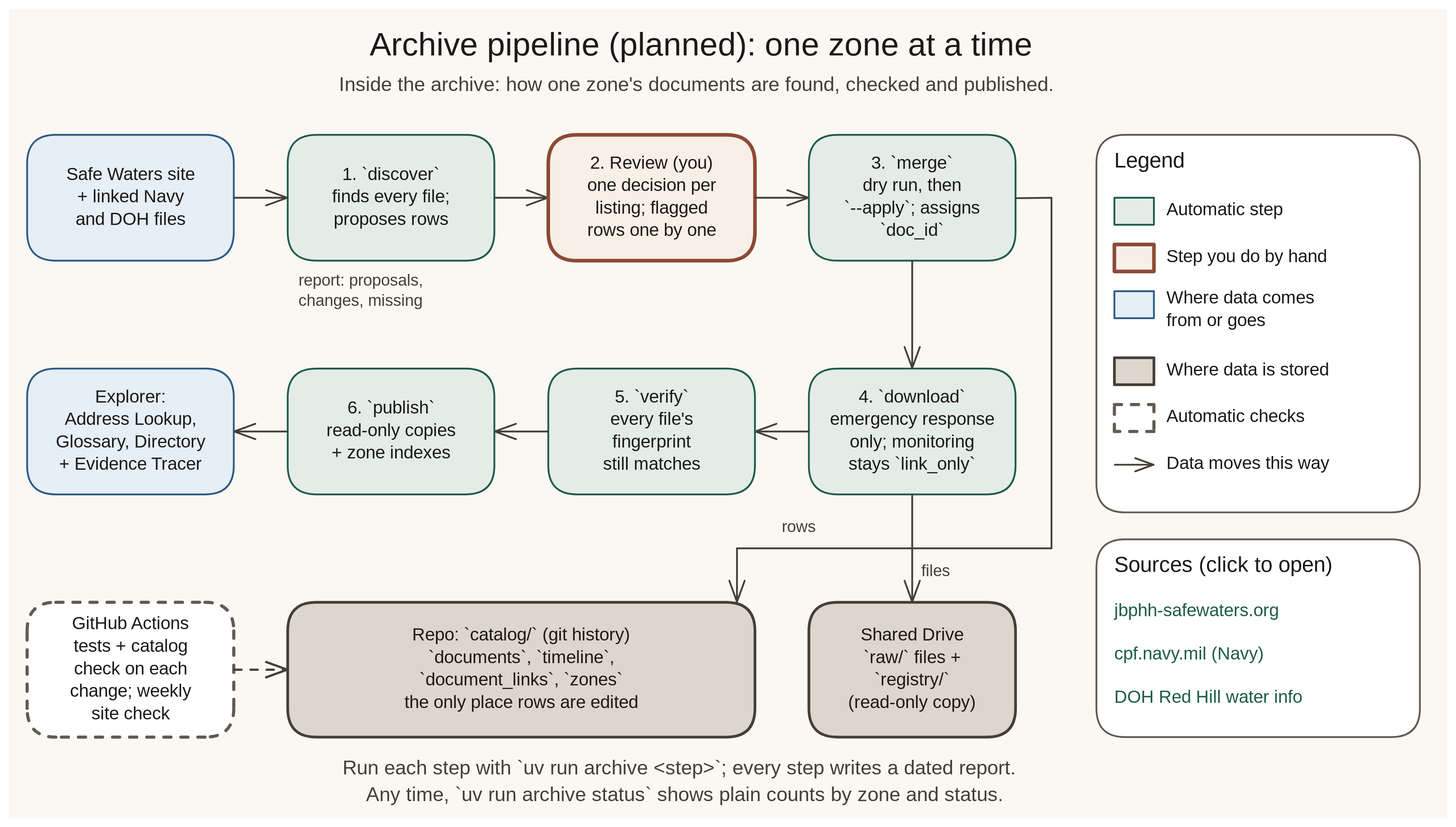
Earlier version of the Excalidraw export docs/diagrams/svgs/archive-pipeline.excalidraw.svg (alemarieceria/jbphh-dw-archive-pipeline). Source tidied: one line per element, renumbered; positions are measured from the earlier drawing's top-left corner, leaving out a move shared by most shapes.
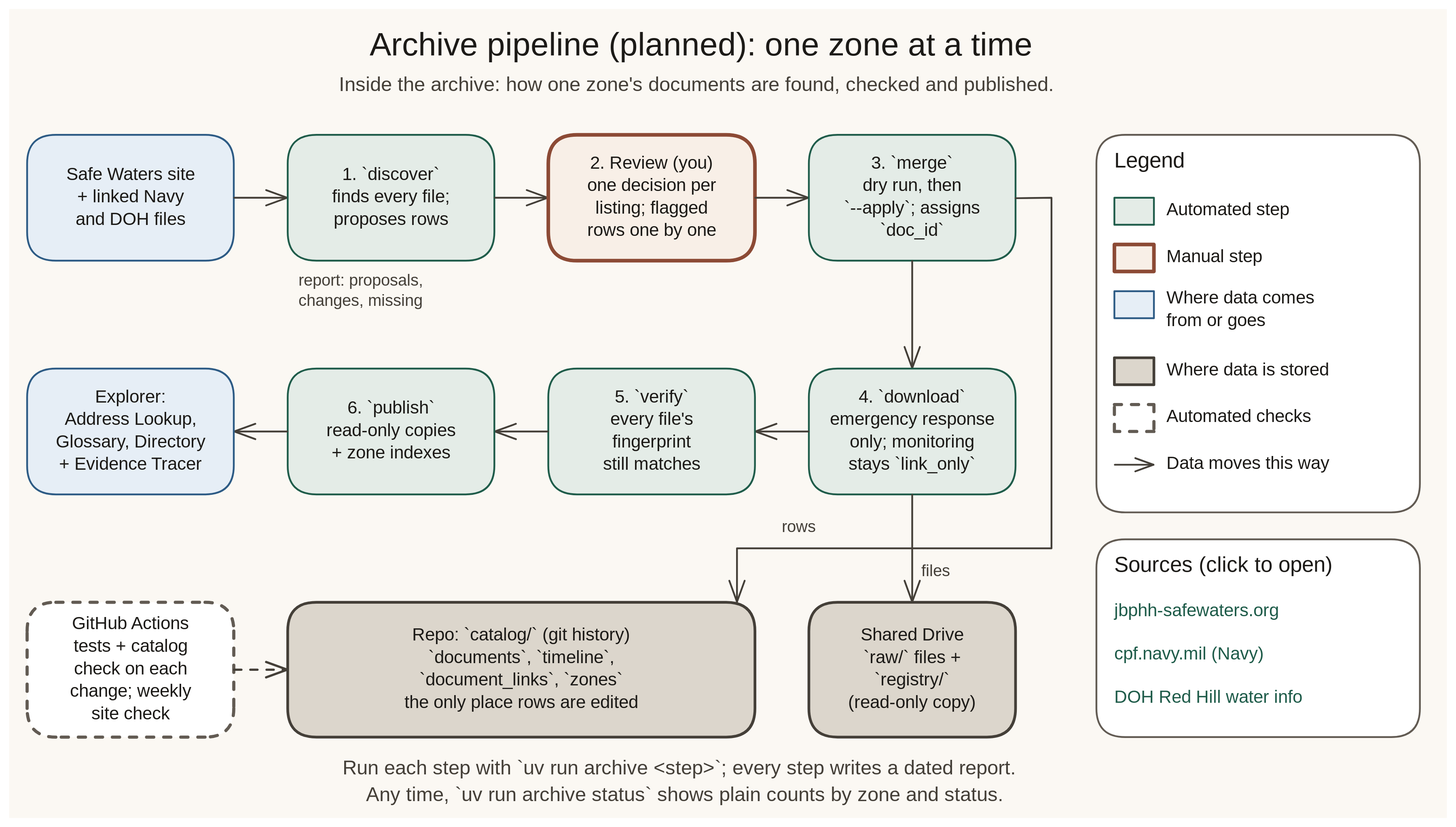
Above is the later version.

Change to the diagram source:
```diff
@@ -8,15 +8,15 @@
 {"id": 7, "type": "rectangle", "strokeColor": "#625b53", "backgroundColor": "#ffffff", "fillStyle": "solid", "strokeWidth": 2, "roughness": 0, "round": true, "x": 1210, "y": 140, "width": 360, "height": 420}
 {"id": 8, "type": "text", "text": "Legend", "strokeColor": "#1c1a17", "strokeWidth": 2, "roughness": 0, "fontSize": 24, "fontFamily": 5, "x": 1230, "y": 155, "width": 78, "height": 30}
 {"id": 9, "type": "rectangle", "strokeColor": "#1f5c4a", "backgroundColor": "#e4ece7", "fillStyle": "solid", "strokeWidth": 2, "roughness": 0, "x": 1230, "y": 210, "width": 44, "height": 30}
-{"id": 10, "type": "text", "text": "Automatic step", "strokeColor": "#1c1a17", "strokeWidth": 2, "roughness": 0, "fontSize": 20, "fontFamily": 5, "x": 1288, "y": 212, "width": 134, "height": 25}
+{"id": 10, "type": "text", "text": "Automated step", "strokeColor": "#1c1a17", "strokeWidth": 2, "roughness": 0, "fontSize": 20, "fontFamily": 5, "x": 1288, "y": 212, "width": 142, "height": 25}
 {"id": 11, "type": "rectangle", "strokeColor": "#8c4a35", "backgroundColor": "#f8efe7", "fillStyle": "solid", "strokeWidth": 4, "roughness": 0, "x": 1230, "y": 262, "width": 44, "height": 30}
-{"id": 12, "type": "text", "text": "Step you do by hand", "strokeColor": "#1c1a17", "strokeWidth": 2, "roughness": 0, "fontSize": 20, "fontFamily": 5, "x": 1288, "y": 264, "width": 183, "height": 25}
+{"id": 12, "type": "text", "text": "Manual step", "strokeColor": "#1c1a17", "strokeWidth": 2, "roughness": 0, "fontSize": 20, "fontFamily": 5, "x": 1288, "y": 264, "width": 109, "height": 25}
 {"id": 13, "type": "rectangle", "strokeColor": "#2d5b85", "backgroundColor": "#e6eef6", "fillStyle": "solid", "strokeWidth": 2, "roughness": 0, "x": 1230, "y": 314, "width": 44, "height": 30}
 {"id": 14, "type": "text", "text": "Where data comes\nfrom or goes", "strokeColor": "#1c1a17", "strokeWidth": 2, "roughness": 0, "fontSize": 20, "fontFamily": 5, "x": 1288, "y": 310, "width": 165, "height": 50}
 {"id": 15, "type": "rectangle", "strokeColor": "#443f38", "backgroundColor": "#dcd6cc", "fillStyle": "solid", "strokeWidth": 3, "roughness": 0, "x": 1230, "y": 388, "width": 44, "height": 30}
 {"id": 16, "type": "text", "text": "Where data is stored", "strokeColor": "#1c1a17", "strokeWidth": 2, "roughness": 0, "fontSize": 20, "fontFamily": 5, "x": 1288, "y": 390, "width": 182, "height": 25}
 {"id": 17, "type": "rectangle", "strokeColor": "#625b53", "backgroundColor": "#ffffff", "fillStyle": "solid", "strokeWidth": 3, "strokeStyle": "dashed", "roughness": 0, "x": 1230, "y": 440, "width": 44, "height": 30}
-{"id": 18, "type": "text", "text": "Automatic checks", "strokeColor": "#1c1a17", "strokeWidth": 2, "roughness": 0, "fontSize": 20, "fontFamily": 5, "x": 1288, "y": 442, "width": 155, "height": 25}
+{"id": 18, "type": "text", "text": "Automated checks", "strokeColor": "#1c1a17", "strokeWidth": 2, "roughness": 0, "fontSize": 20, "fontFamily": 5, "x": 1288, "y": 442, "width": 163, "height": 25}
 {"id": 19, "type": "arrow", "strokeColor": "#443f38", "strokeWidth": 2, "roughness": 0, "endArrowhead": "arrow", "x": 1230, "y": 507, "width": 43, "height": 0, "points": [[0, 0], [43, 0]]}
 {"id": 20, "type": "text", "text": "Data moves this way", "strokeColor": "#1c1a17", "strokeWidth": 2, "roughness": 0, "fontSize": 20, "fontFamily": 5, "x": 1288, "y": 494, "width": 181, "height": 25}
 {"id": 21, "type": "rectangle", "strokeColor": "#625b53", "backgroundColor": "#ffffff", "fillStyle": "solid", "strokeWidth": 2, "roughness": 0, "round": true, "x": 1210, "y": 590, "width": 360, "height": 220}
```
